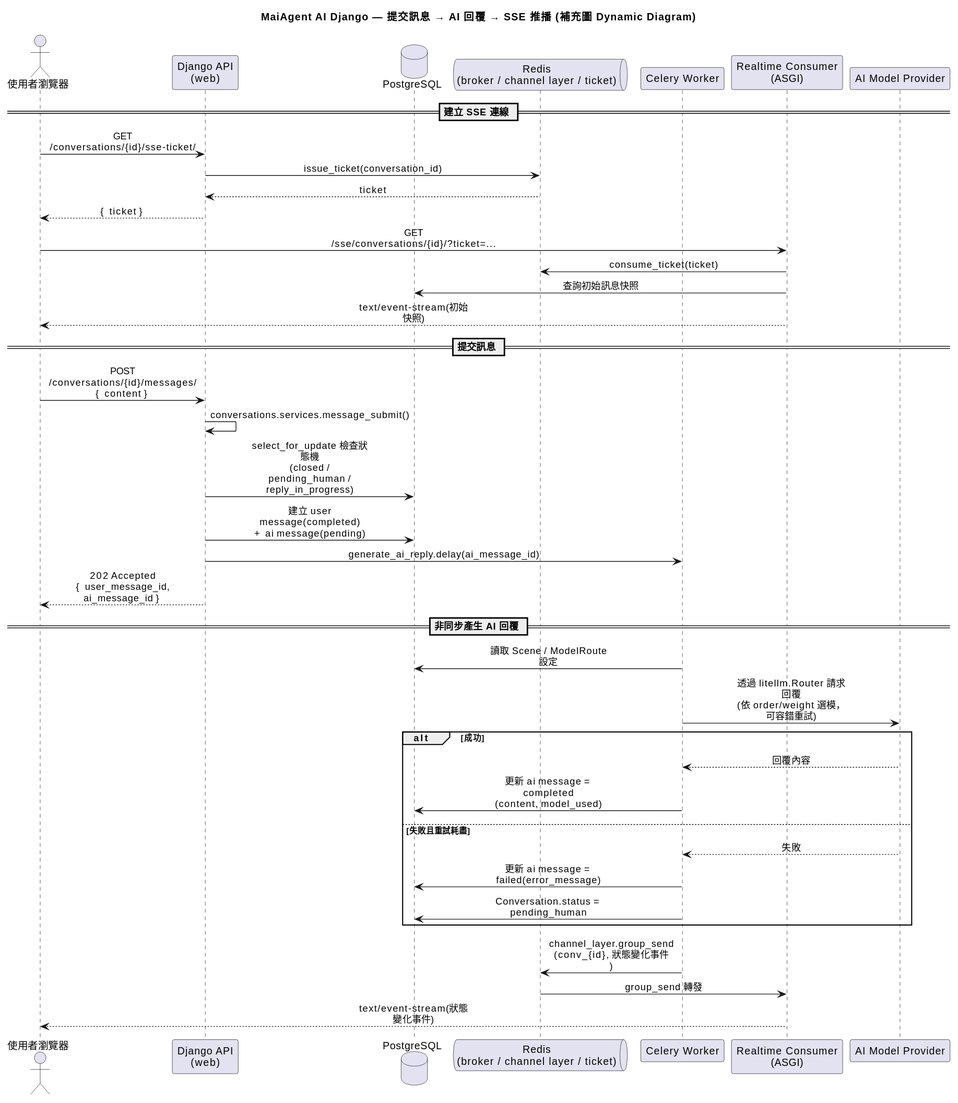
Earlier version of the PlantUML export docs/architecture/dynamic.svg (KScaesar/MaiAgent2026).
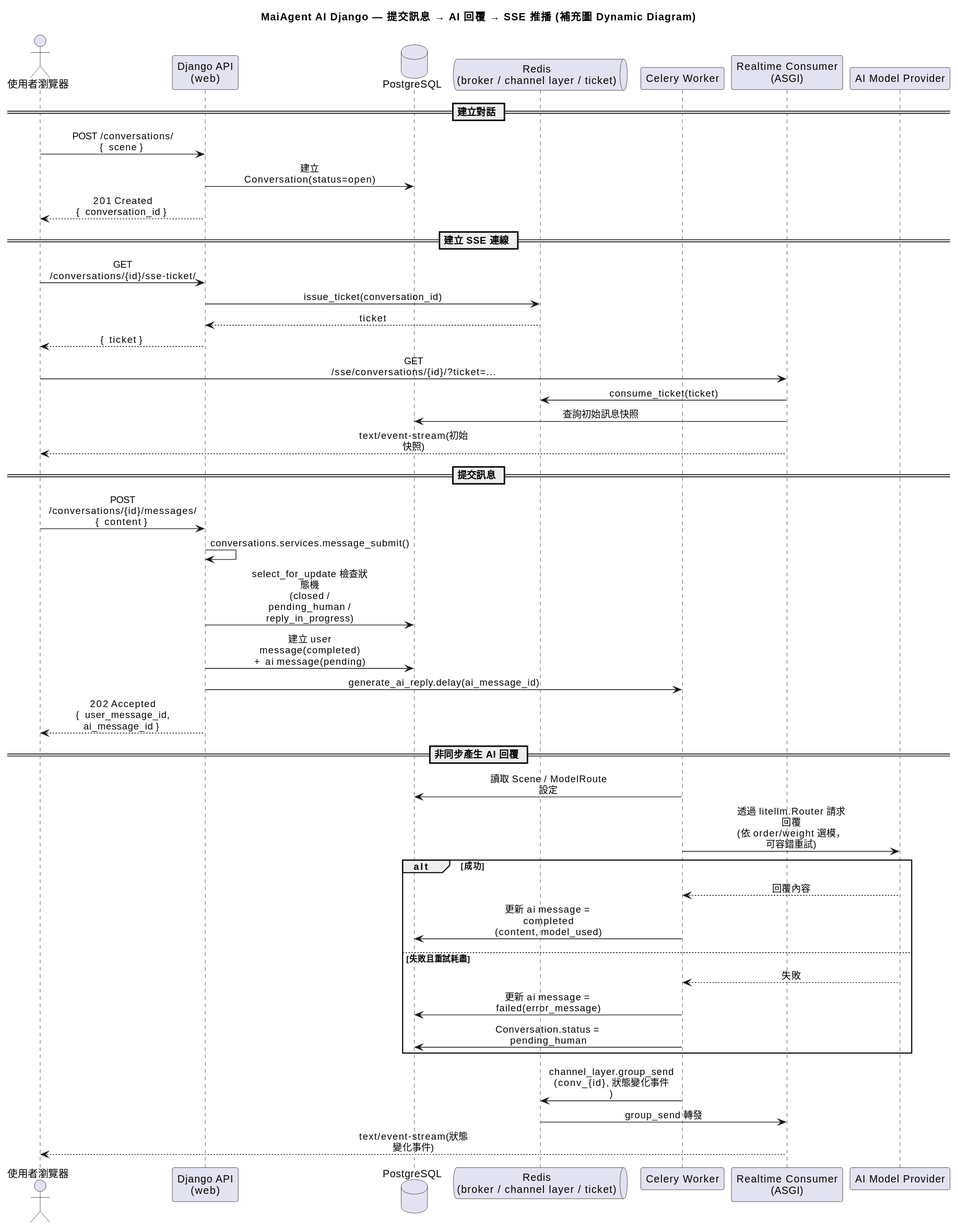
After the commit.

Commit message:
feat(api): implement POST /api/conversations/ to create new conversations

Change to the diagram source:
```diff
@@ -12,6 +12,11 @@
 participant "Celery Worker" as Worker
 participant "Realtime Consumer\n(ASGI)" as SSE
 participant "AI Model Provider" as LLM
+
+== 建立對話 ==
+Client -> API : POST /conversations/\n{ scene }
+API -> DB : 建立 Conversation(status=open)
+API --> Client : 201 Created\n{ conversation_id }
 
 == 建立 SSE 連線 ==
 Client -> API : GET /conversations/{id}/sse-ticket/
```
